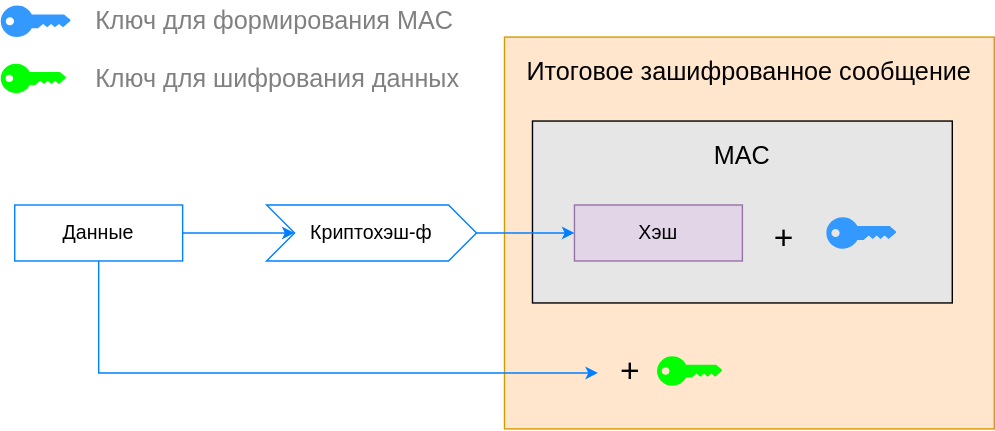
The draw.io diagram web/Http/img/mac-and-coded-message.drawio.svg in johnydotsville/a-notes, before a commit. Source tidied: cells renumbered, new cells last; positions are measured from the earlier drawing's top-left corner, leaving out a move shared by most shapes.
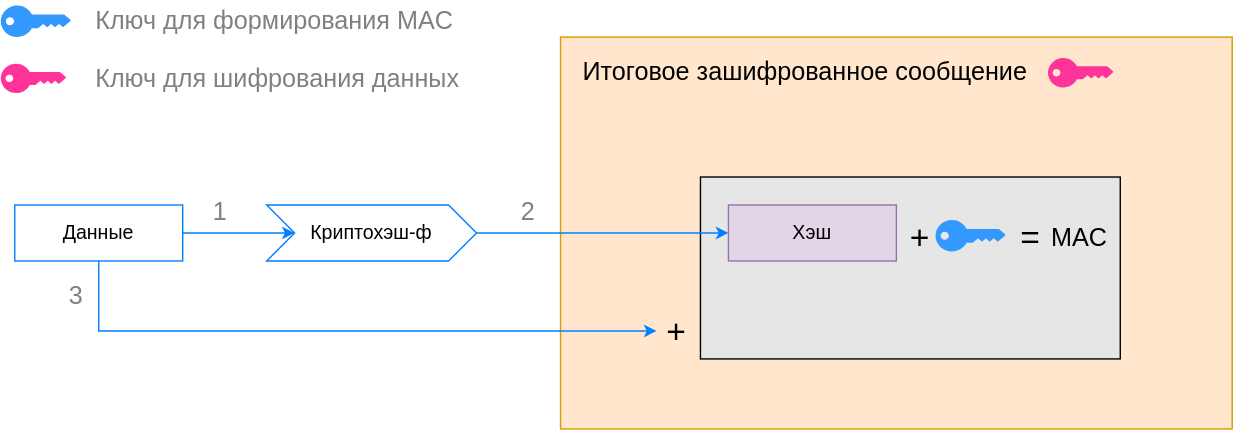
After the change.

The edit, as a diff of the source:
```diff
@@ -3,17 +3,23 @@
     <mxCell id="0" />
     <mxCell id="1" parent="0" />
     <mxCell id="2" style="rounded=0;whiteSpace=wrap;html=1;fontSize=18;fillColor=#ffe6cc;strokeColor=#d79b00;" parent="1" vertex="1">
-      <mxGeometry x="360" y="26" width="350" height="280" as="geometry" />
+      <mxGeometry x="400" y="26" width="480" height="280" as="geometry" />
     </mxCell>
     <mxCell id="3" value="+" style="text;html=1;strokeColor=none;fillColor=none;align=center;verticalAlign=middle;whiteSpace=wrap;rounded=0;fontSize=24;fontColor=#000000;fontStyle=0;" parent="2" vertex="1">
-      <mxGeometry x="60" y="220" width="60" height="37.3" as="geometry" />
+      <mxGeometry x="42" y="192.7" width="82.3" height="37.3" as="geometry" />
     </mxCell>
-    <mxCell id="4" style="verticalLabelPosition=bottom;sketch=0;html=1;verticalAlign=top;align=center;shape=mxgraph.cisco19.key;fillColor=#00FF00;strokeColor=none;fontSize=14;fontColor=#00FF00;" parent="2" vertex="1">
-      <mxGeometry x="109" y="228.2" width="46.7" height="21" as="geometry" />
-    </mxCell>
-    <mxCell id="5" style="rounded=0;whiteSpace=wrap;html=1;fontSize=14;fontColor=#66B2FF;fillColor=#E6E6E6;" parent="1" vertex="1">
-      <mxGeometry x="380" y="86" width="300" height="130" as="geometry" />
+    <mxCell id="5" style="rounded=0;whiteSpace=wrap;html=1;fontSize=14;fontColor=#66B2FF;fillColor=#E6E6E6;" parent="2" vertex="1">
+      <mxGeometry x="100" y="100" width="300" height="130" as="geometry" />
     </mxCell>
+    <mxCell id="14" value="MAC" style="text;html=1;strokeColor=none;fillColor=none;align=center;verticalAlign=middle;whiteSpace=wrap;rounded=0;fontSize=18;fontColor=#000000;" parent="2" vertex="1">
+      <mxGeometry x="330" y="129" width="82.3" height="30" as="geometry" />
+    </mxCell>
+    <mxCell id="20" value="=" style="text;html=1;strokeColor=none;fillColor=none;align=center;verticalAlign=middle;whiteSpace=wrap;rounded=0;fontSize=24;fontColor=#000000;fontStyle=0;" parent="2" vertex="1">
+      <mxGeometry x="306" y="129" width="60" height="30" as="geometry" />
+    </mxCell>
+    <mxCell id="17" style="verticalLabelPosition=bottom;sketch=0;html=1;verticalAlign=top;align=center;shape=mxgraph.cisco19.key;fillColor=#FF3399;strokeColor=none;fontSize=14;fontColor=#00FF00;" parent="2" vertex="1">
+      <mxGeometry x="348.3" y="15" width="46.7" height="21" as="geometry" />
+    </mxCell>
     <mxCell id="6" value="Данные" style="rounded=0;whiteSpace=wrap;html=1;fontSize=14;strokeColor=#007FFF;" parent="1" vertex="1">
       <mxGeometry x="10" y="146" width="120" height="40" as="geometry" />
     </mxCell>
@@ -24,41 +30,47 @@
       <mxGeometry relative="1" as="geometry" />
     </mxCell>
     <mxCell id="9" value="Хэш" style="rounded=0;whiteSpace=wrap;html=1;fontSize=14;fillColor=#e1d5e7;strokeColor=#9673a6;" parent="1" vertex="1">
-      <mxGeometry x="410" y="146" width="120" height="40" as="geometry" />
+      <mxGeometry x="520" y="146" width="120" height="40" as="geometry" />
     </mxCell>
     <mxCell id="10" style="endArrow=classic;html=1;rounded=0;fontSize=14;exitX=1;exitY=0.5;exitDx=0;exitDy=0;entryX=0;entryY=0.5;entryDx=0;entryDy=0;strokeColor=#007FFF;" parent="1" edge="1" source="7" target="9">
       <mxGeometry relative="1" as="geometry" />
     </mxCell>
     <mxCell id="11" style="verticalLabelPosition=bottom;sketch=0;html=1;verticalAlign=top;align=center;shape=mxgraph.cisco19.key;fillColor=#3399FF;strokeColor=none;fontSize=14;fontColor=#66B2FF;" parent="1" vertex="1">
-      <mxGeometry x="590" y="154.8" width="50" height="22.5" as="geometry" />
+      <mxGeometry x="668" y="156.8" width="50" height="22.5" as="geometry" />
     </mxCell>
     <mxCell id="12" value="+" style="text;html=1;strokeColor=none;fillColor=none;align=center;verticalAlign=middle;whiteSpace=wrap;rounded=0;fontSize=24;fontColor=#000000;fontStyle=0;" parent="1" vertex="1">
-      <mxGeometry x="530" y="154.8" width="60" height="30" as="geometry" />
+      <mxGeometry x="627" y="154.8" width="60" height="30" as="geometry" />
     </mxCell>
-    <mxCell id="13" style="endArrow=classic;html=1;rounded=0;fontSize=18;fontColor=#000000;exitX=0.5;exitY=1;exitDx=0;exitDy=0;entryX=0.114;entryY=0.536;entryDx=0;entryDy=0;entryPerimeter=0;strokeColor=#007FFF;" parent="1" edge="1" source="6" target="3">
+    <mxCell id="13" style="endArrow=classic;html=1;rounded=0;fontSize=18;fontColor=#000000;exitX=0.5;exitY=1;exitDx=0;exitDy=0;entryX=0.143;entryY=0.75;entryDx=0;entryDy=0;entryPerimeter=0;strokeColor=#007FFF;" parent="1" edge="1" source="6" target="2">
       <mxGeometry relative="1" as="geometry">
         <Array as="points">
-          <mxPoint x="70" y="266" />
+          <mxPoint x="70" y="236" />
         </Array>
       </mxGeometry>
     </mxCell>
-    <mxCell id="14" value="MAC" style="text;html=1;strokeColor=none;fillColor=none;align=center;verticalAlign=middle;whiteSpace=wrap;rounded=0;fontSize=18;fontColor=#000000;" parent="1" vertex="1">
-      <mxGeometry x="500" y="96" width="60" height="30" as="geometry" />
-    </mxCell>
     <mxCell id="15" value="Итоговое зашифрованное сообщение" style="text;html=1;strokeColor=none;fillColor=none;align=center;verticalAlign=middle;whiteSpace=wrap;rounded=0;fontSize=18;fontColor=#000000;" parent="1" vertex="1">
-      <mxGeometry x="370" y="36" width="330" height="30" as="geometry" />
+      <mxGeometry x="410" y="36" width="330" height="30" as="geometry" />
     </mxCell>
     <mxCell id="16" style="verticalLabelPosition=bottom;sketch=0;html=1;verticalAlign=top;align=center;shape=mxgraph.cisco19.key;fillColor=#3399FF;strokeColor=none;fontSize=14;fontColor=#66B2FF;" parent="1" vertex="1">
       <mxGeometry y="3.5" width="50" height="22.5" as="geometry" />
     </mxCell>
-    <mxCell id="17" style="verticalLabelPosition=bottom;sketch=0;html=1;verticalAlign=top;align=center;shape=mxgraph.cisco19.key;fillColor=#00FF00;strokeColor=none;fontSize=14;fontColor=#00FF00;" parent="1" vertex="1">
-      <mxGeometry y="45" width="46.7" height="21" as="geometry" />
-    </mxCell>
     <mxCell id="18" value="Ключ для формирования MAC" style="text;html=1;strokeColor=none;fillColor=none;align=left;verticalAlign=middle;whiteSpace=wrap;rounded=0;fontSize=18;fontColor=#808080;" parent="1" vertex="1">
       <mxGeometry x="66" y="-0.2" width="280" height="30" as="geometry" />
     </mxCell>
     <mxCell id="19" value="Ключ для шифрования данных" style="text;html=1;strokeColor=none;fillColor=none;align=left;verticalAlign=middle;whiteSpace=wrap;rounded=0;fontSize=18;fontColor=#808080;" parent="1" vertex="1">
       <mxGeometry x="66" y="40.5" width="280" height="30" as="geometry" />
     </mxCell>
+    <mxCell id="21" value="1" style="text;html=1;strokeColor=none;fillColor=none;align=left;verticalAlign=middle;whiteSpace=wrap;rounded=0;fontSize=18;fontColor=#808080;" parent="1" vertex="1">
+      <mxGeometry x="150" y="136" width="20" height="30" as="geometry" />
+    </mxCell>
+    <mxCell id="22" value="2" style="text;html=1;strokeColor=none;fillColor=none;align=left;verticalAlign=middle;whiteSpace=wrap;rounded=0;fontSize=18;fontColor=#808080;" parent="1" vertex="1">
+      <mxGeometry x="370" y="136" width="20" height="30" as="geometry" />
+    </mxCell>
+    <mxCell id="23" value="3" style="text;html=1;strokeColor=none;fillColor=none;align=left;verticalAlign=middle;whiteSpace=wrap;rounded=0;fontSize=18;fontColor=#808080;" parent="1" vertex="1">
+      <mxGeometry x="46.7" y="196" width="20" height="30" as="geometry" />
+    </mxCell>
+    <mxCell id="24" style="verticalLabelPosition=bottom;sketch=0;html=1;verticalAlign=top;align=center;shape=mxgraph.cisco19.key;fillColor=#FF3399;strokeColor=none;fontSize=14;fontColor=#00FF00;" parent="1" vertex="1">
+      <mxGeometry y="45" width="46.7" height="21" as="geometry" />
+    </mxCell>
   </root>
 </mxGraphModel>
```
